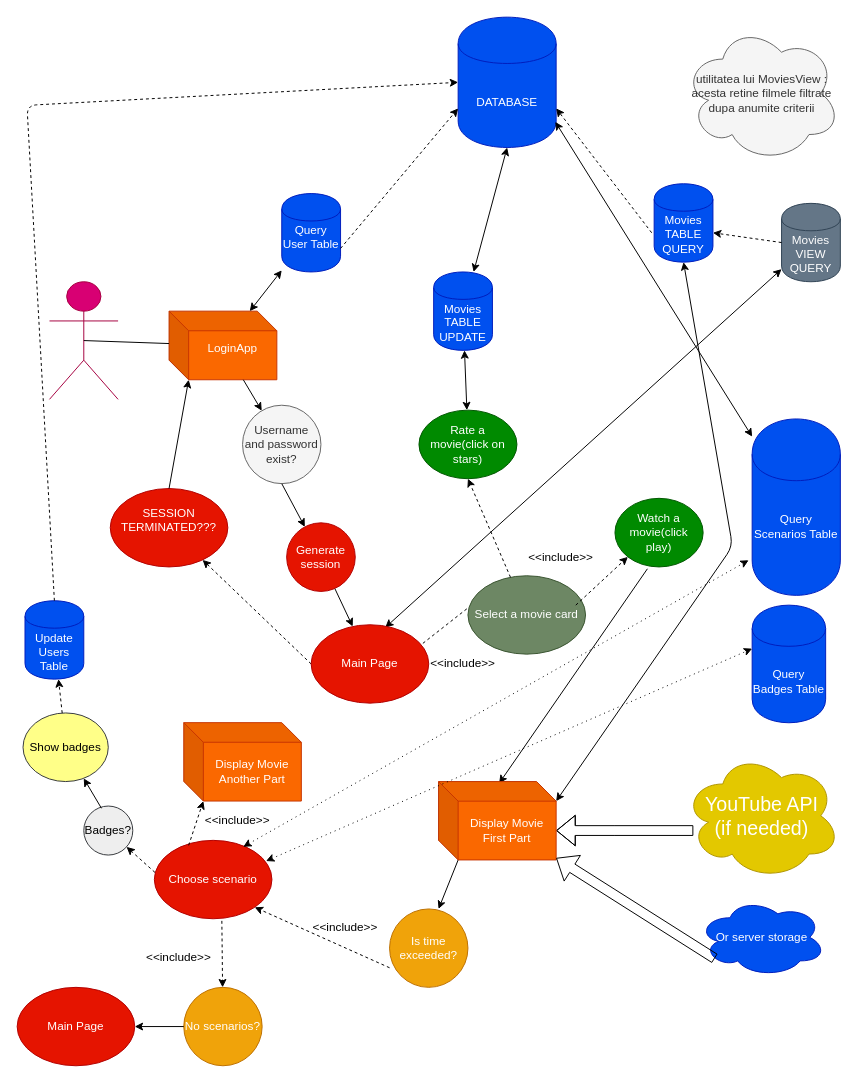
Before: T2/UseCase/MovieFlow.drawio in MarianCodrinCretu/Tehnologii-Web, a draw.io diagram. Source tidied: cells renumbered, new cells numbered last; positions are measured from the earlier drawing's top-left corner, leaving out a move shared by most shapes. Both pictures are drawn from the tidied source at 98%, with x=0, y=0 at pixel (17, 17).
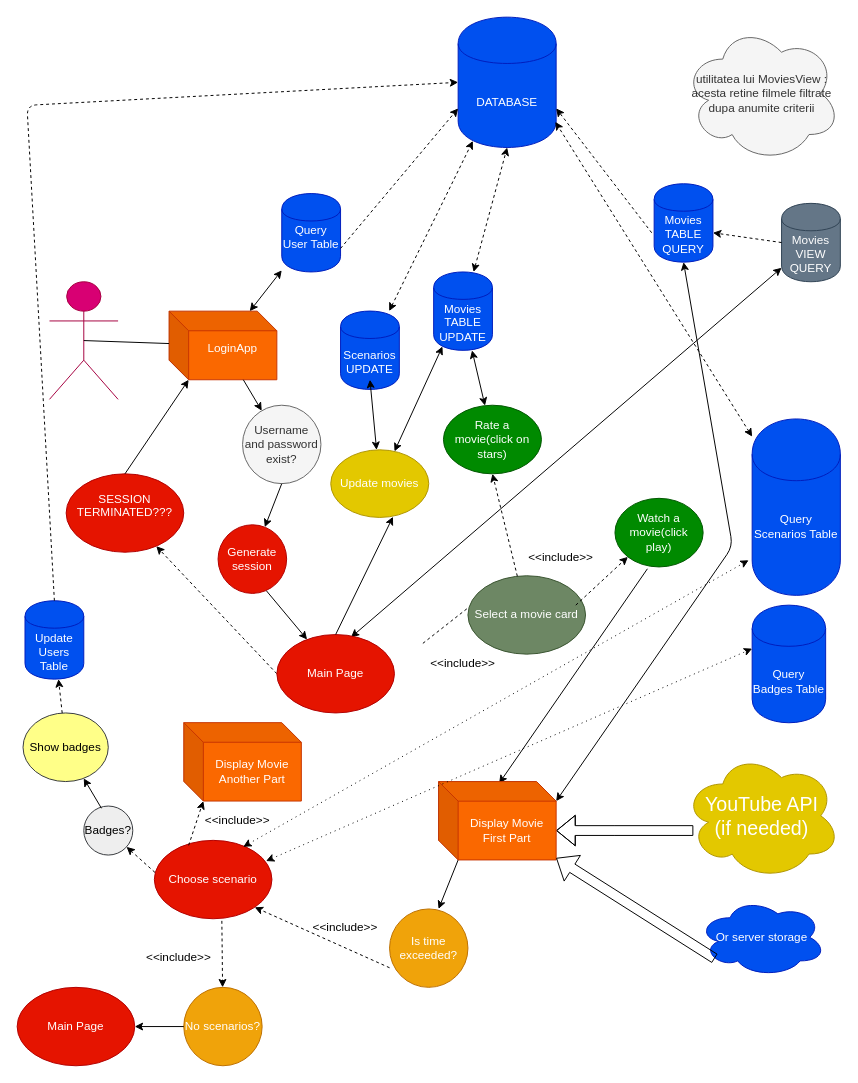
Above is the later version.

Unchanged cells that the change refers to:
```xml
<mxCell id="6" value="DATABASE" style="shape=cylinder;whiteSpace=wrap;html=1;boundedLbl=1;backgroundOutline=1;fillColor=#0050ef;strokeColor=#001DBC;fontColor=#ffffff;" parent="1" vertex="1">
  <mxGeometry x="450" width="100" height="133" as="geometry" />
</mxCell>
<mxCell id="23" value="Movies TABLE UPDATE" style="shape=cylinder;whiteSpace=wrap;html=1;boundedLbl=1;backgroundOutline=1;fillColor=#0050ef;strokeColor=#001DBC;fontColor=#ffffff;" parent="1" vertex="1">
  <mxGeometry x="425" y="260" width="60" height="80" as="geometry" />
</mxCell>
<mxCell id="42" value="Query Scenarios Table" style="shape=cylinder;whiteSpace=wrap;html=1;boundedLbl=1;backgroundOutline=1;fillColor=#0050ef;strokeColor=#001DBC;fontColor=#ffffff;" parent="1" vertex="1">
  <mxGeometry x="750" y="410" width="90" height="180" as="geometry" />
</mxCell>
```

What changed in the source:
```diff
@@
     <mxCell id="10" value="SESSION TERMINATED???&lt;br&gt;&lt;br&gt;" style="ellipse;whiteSpace=wrap;html=1;fillColor=#e51400;strokeColor=#B20000;fontColor=#ffffff;" parent="1" vertex="1">
-      <mxGeometry x="95" y="481" width="120" height="80" as="geometry" />
+      <mxGeometry x="50" y="466" width="120" height="80" as="geometry" />
     </mxCell>
@@
     <mxCell id="19" value="Rate a movie(click on stars)" style="ellipse;whiteSpace=wrap;html=1;fillColor=#008a00;strokeColor=#005700;fontColor=#ffffff;" parent="1" vertex="1">
-      <mxGeometry x="410" y="401" width="100" height="70" as="geometry" />
+      <mxGeometry x="435" y="396" width="100" height="70" as="geometry" />
     </mxCell>
@@
-    <mxCell id="24" style="endArrow=classic;startArrow=classic;html=1;entryX=0.5;entryY=1;entryDx=0;entryDy=0;" parent="1" edge="1" source="23" target="6">
+    <mxCell id="24" style="endArrow=classic;startArrow=classic;html=1;entryX=0.5;entryY=1;entryDx=0;entryDy=0;dashed=1;" parent="1" edge="1" source="23" target="6">
       <mxGeometry relative="1" as="geometry" />
     </mxCell>
@@
     <mxCell id="27" value="Generate session" style="ellipse;whiteSpace=wrap;html=1;fillColor=#e51400;strokeColor=#B20000;fontColor=#ffffff;" parent="1" vertex="1">
-      <mxGeometry x="275" y="516" width="70" height="70" as="geometry" />
+      <mxGeometry x="205" y="518" width="70" height="70" as="geometry" />
     </mxCell>
@@
-    <mxCell id="43" style="endArrow=classic;startArrow=classic;html=1;entryX=0.991;entryY=0.803;entryDx=0;entryDy=0;entryPerimeter=0;" parent="1" edge="1" source="42" target="6">
+    <mxCell id="43" style="endArrow=classic;startArrow=classic;html=1;entryX=0.991;entryY=0.803;entryDx=0;entryDy=0;entryPerimeter=0;dashed=1;" parent="1" edge="1" source="42" target="6">
       <mxGeometry relative="1" as="geometry" />
     </mxCell>
@@
     <mxCell id="58" value="Main Page" style="ellipse;whiteSpace=wrap;html=1;fillColor=#e51400;strokeColor=#B20000;fontColor=#ffffff;" parent="1" vertex="1">
-      <mxGeometry x="300" y="620" width="120" height="80" as="geometry" />
+      <mxGeometry x="265" y="630" width="120" height="80" as="geometry" />
     </mxCell>
@@
+    <mxCell id="67" value="Update movies" style="ellipse;whiteSpace=wrap;html=1;fillColor=#e3c800;strokeColor=#B09500;fontColor=#ffffff;" parent="1" vertex="1">
+      <mxGeometry x="320" y="441.5" width="100" height="69" as="geometry" />
+    </mxCell>
+    <mxCell id="68" value="Scenarios UPDATE" style="shape=cylinder;whiteSpace=wrap;html=1;boundedLbl=1;backgroundOutline=1;fillColor=#0050ef;strokeColor=#001DBC;fontColor=#ffffff;" parent="1" vertex="1">
+      <mxGeometry x="330" y="299.9" width="60" height="80" as="geometry" />
+    </mxCell>
+    <mxCell id="69" style="endArrow=classic;html=1;entryX=0.635;entryY=0.99;entryDx=0;entryDy=0;entryPerimeter=0;exitX=0.5;exitY=0;exitDx=0;exitDy=0;" parent="1" edge="1" source="58" target="67">
+      <mxGeometry relative="1" as="geometry" />
+    </mxCell>
+    <mxCell id="70" style="endArrow=classic;startArrow=classic;html=1;" parent="1" edge="1" source="67">
+      <mxGeometry relative="1" as="geometry">
+        <mxPoint x="360" y="370" as="targetPoint" />
+      </mxGeometry>
+    </mxCell>
+    <mxCell id="71" style="endArrow=classic;startArrow=classic;html=1;entryX=0.15;entryY=0.95;entryDx=0;entryDy=0;entryPerimeter=0;dashed=1;" parent="1" edge="1" source="68" target="6">
+      <mxGeometry relative="1" as="geometry" />
+    </mxCell>
+    <mxCell id="72" style="endArrow=classic;startArrow=classic;html=1;entryX=0.15;entryY=0.95;entryDx=0;entryDy=0;entryPerimeter=0;" parent="1" edge="1" source="67" target="23">
+      <mxGeometry relative="1" as="geometry" />
+    </mxCell>
```
